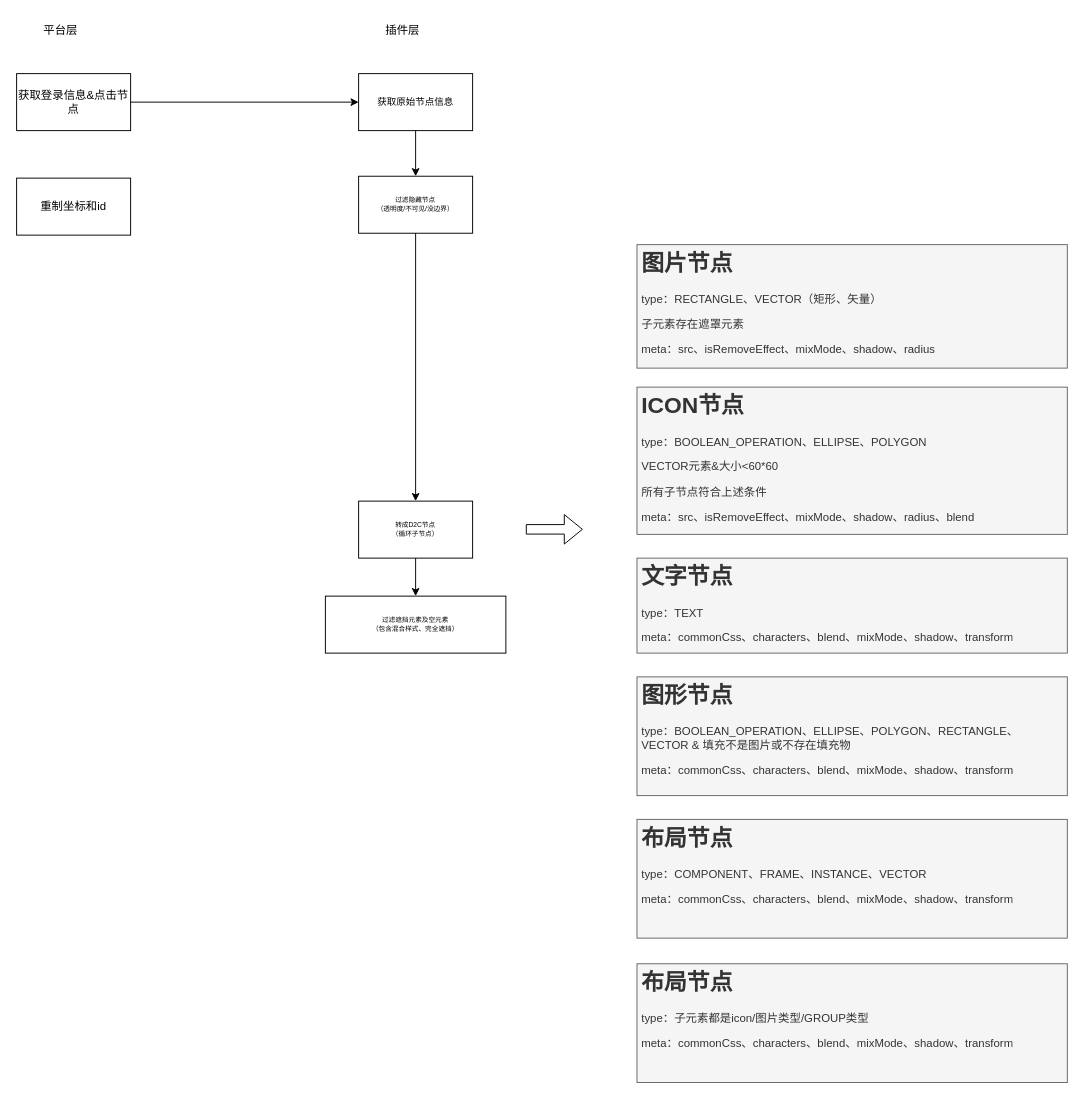
Above: page "D2C" (15 of 15) of static/ppt.drawio in maoliang2271/bigpipe-demo (draw.io), before the change. Source tidied: cells renumbered, new cells numbered last; positions are measured from the earlier drawing's top-left corner, leaving out a move shared by most shapes. Both pictures are drawn from the tidied source at 95%, with x=0, y=0 at pixel (16, 16).
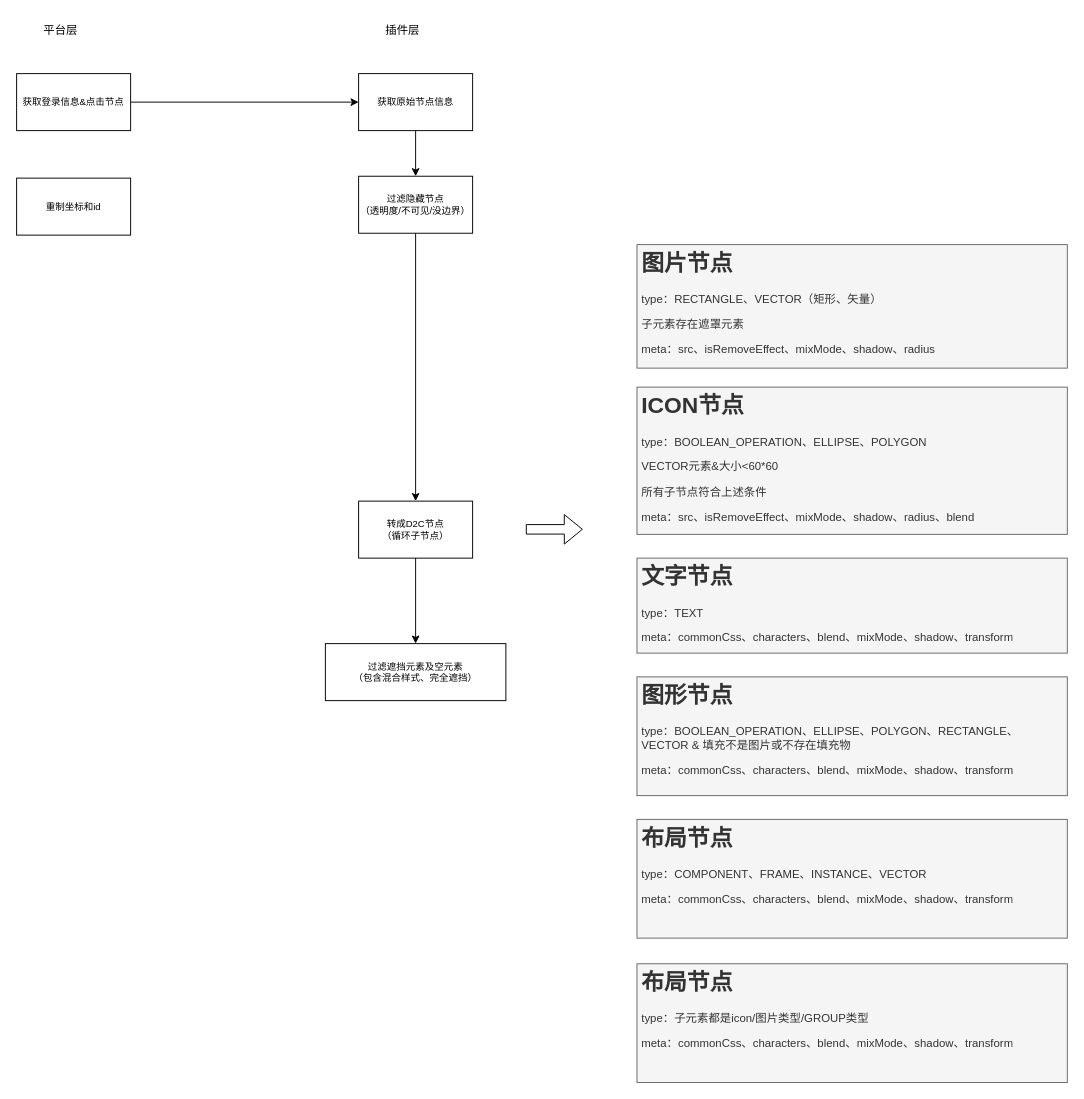
Above is the later version.

Change to the diagram source:
```diff
@@
-    <mxCell id="5" value="过滤隐藏节点&lt;br&gt;（透明度/不可见/没边界）" style="whiteSpace=wrap;html=1;fontSize=7;" parent="1" vertex="1">
+    <mxCell id="5" value="过滤隐藏节点&lt;br style=&quot;font-size: 10px;&quot;&gt;（透明度/不可见/没边界）" style="whiteSpace=wrap;html=1;fontSize=10;" parent="1" vertex="1">
       <mxGeometry x="360" y="168" width="120" height="60" as="geometry" />
     </mxCell>
-    <mxCell id="6" value="重制坐标和id" style="rounded=0;whiteSpace=wrap;html=1;" parent="1" vertex="1">
+    <mxCell id="6" value="重制坐标和id" style="rounded=0;whiteSpace=wrap;html=1;fontSize=10;" parent="1" vertex="1">
       <mxGeometry y="170" width="120" height="60" as="geometry" />
     </mxCell>
-    <mxCell id="7" value="获取登录信息&amp;amp;点击节点" style="rounded=0;whiteSpace=wrap;html=1;" parent="1" vertex="1">
+    <mxCell id="7" value="获取登录信息&amp;amp;点击节点" style="rounded=0;whiteSpace=wrap;html=1;fontSize=10;" parent="1" vertex="1">
       <mxGeometry y="60" width="120" height="60" as="geometry" />
     </mxCell>
@@
-    <mxCell id="10" value="转成D2C节点&lt;br&gt;（循环子节点）" style="whiteSpace=wrap;html=1;fontSize=7;" parent="1" vertex="1">
+    <mxCell id="10" value="转成D2C节点&lt;br style=&quot;font-size: 10px;&quot;&gt;（循环子节点）" style="whiteSpace=wrap;html=1;fontSize=10;" parent="1" vertex="1">
       <mxGeometry x="360" y="510" width="120" height="60" as="geometry" />
     </mxCell>
@@
-    <mxCell id="19" value="过滤遮挡元素及空元素&lt;br&gt;（包含混合样式、完全遮挡）" style="whiteSpace=wrap;html=1;fontSize=7;" parent="1" vertex="1">
-      <mxGeometry x="325" y="610" width="190" height="60" as="geometry" />
+    <mxCell id="19" value="过滤遮挡元素及空元素&lt;br style=&quot;font-size: 10px;&quot;&gt;（包含混合样式、完全遮挡）" style="whiteSpace=wrap;html=1;fontSize=10;" parent="1" vertex="1">
+      <mxGeometry x="325" y="660" width="190" height="60" as="geometry" />
     </mxCell>
```
